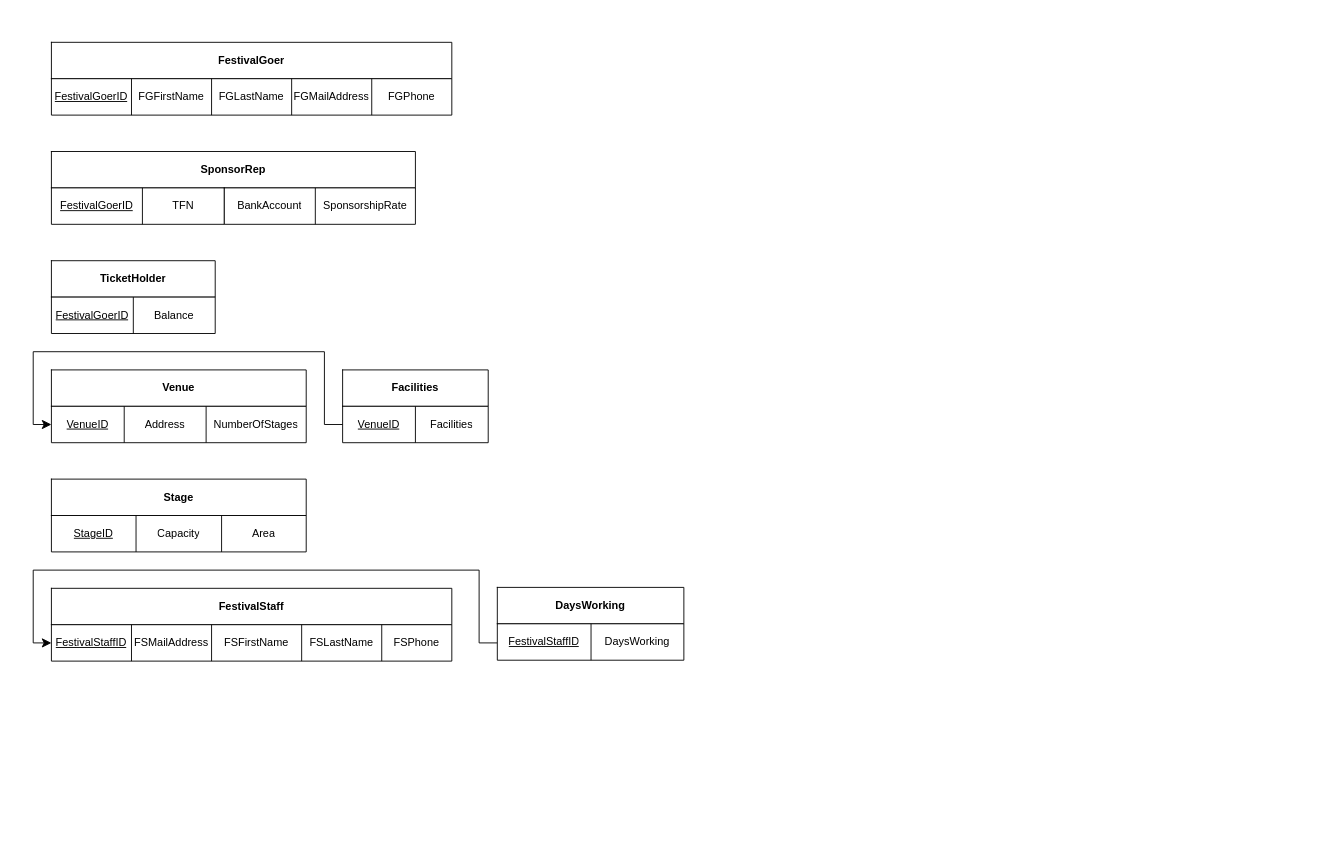
Above: Untitled Diagram.drawio in beewairy/SchemaDiagram_Asg1 (draw.io), before the change. Source tidied: cells renumbered, new cells numbered last; positions are measured from the earlier drawing's top-left corner, leaving out a move shared by most shapes. Both pictures are drawn from the tidied source at 91%, with x=0, y=0 at pixel (33, 42).
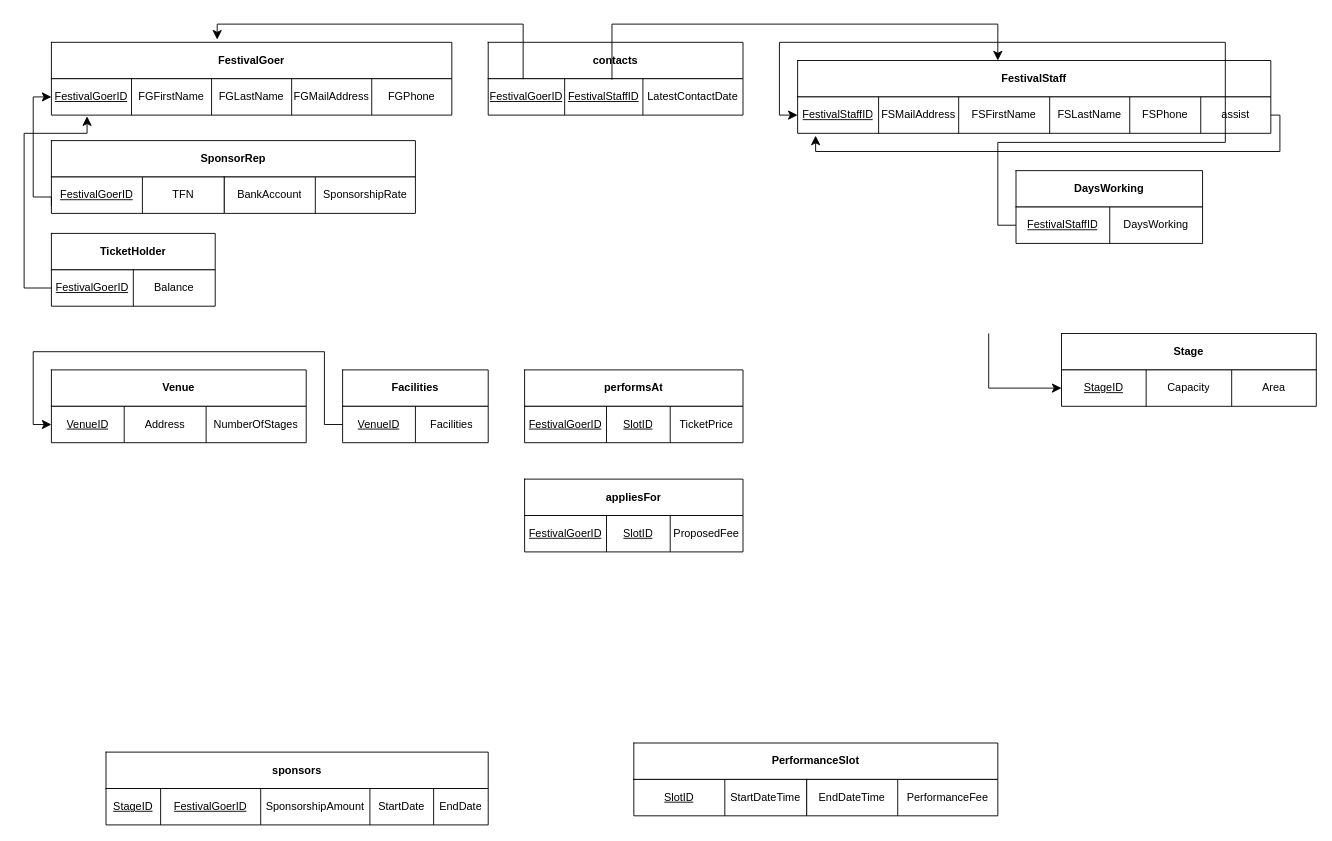
The same page after the edit.

Commit message:
Make the table for all entities

Unchanged cells that the change refers to:
```xml
<mxCell id="4" style="shape=tableRow;horizontal=0;startSize=0;swimlaneHead=0;swimlaneBody=0;strokeColor=inherit;top=0;left=0;bottom=0;right=0;fillColor=none;points=[[0,0.5],[1,0.5]];portConstraint=eastwest;" parent="3" vertex="1">
  <mxGeometry width="440" height="40" as="geometry" />
</mxCell>
<mxCell id="7" style="shape=tableRow;horizontal=0;startSize=0;swimlaneHead=0;swimlaneBody=0;strokeColor=inherit;top=0;left=0;bottom=0;right=0;fillColor=none;points=[[0,0.5],[1,0.5]];portConstraint=eastwest;" parent="6" vertex="1">
  <mxGeometry width="440" height="40" as="geometry" />
</mxCell>
<mxCell id="30" style="shape=tableRow;horizontal=0;startSize=0;swimlaneHead=0;swimlaneBody=0;strokeColor=inherit;top=0;left=0;bottom=0;right=0;fillColor=none;points=[[0,0.5],[1,0.5]];portConstraint=eastwest;" parent="29" vertex="1">
  <mxGeometry width="180" height="40" as="geometry" />
</mxCell>
<mxCell id="77" style="shape=tableRow;horizontal=0;startSize=0;swimlaneHead=0;swimlaneBody=0;strokeColor=inherit;top=0;left=0;bottom=0;right=0;fillColor=none;points=[[0,0.5],[1,0.5]];portConstraint=eastwest;" parent="76" vertex="1">
  <mxGeometry width="205" height="40" as="geometry" />
</mxCell>
```

What changed in the source:
```diff
@@
     <mxCell id="13" style="group;" parent="1" vertex="1">
-      <mxGeometry x="20" y="120" width="400" height="80" as="geometry" />
+      <mxGeometry x="20" y="108" width="400" height="80" as="geometry" />
     </mxCell>
@@
     <mxCell id="25" style="group;" parent="1" vertex="1">
-      <mxGeometry x="20" y="240" width="180" height="80" as="geometry" />
+      <mxGeometry x="20" y="210" width="180" height="80" as="geometry" />
     </mxCell>
@@
     <mxCell id="51" style="group;" parent="1" vertex="1">
-      <mxGeometry x="20" y="480" width="280" height="80" as="geometry" />
+      <mxGeometry x="1130" y="320" width="280" height="80" as="geometry" />
     </mxCell>
@@
+    <mxCell id="80" style="group;" parent="1" vertex="1">
+      <mxGeometry x="660" y="770" width="400" height="80" as="geometry" />
+    </mxCell>
+    <mxCell id="81" style="shape=table;startSize=0;childLayout=tableLayout;" parent="80" vertex="1">
+      <mxGeometry width="400" height="40" as="geometry" />
+    </mxCell>
+    <mxCell id="82" style="shape=tableRow;horizontal=0;startSize=0;swimlaneHead=0;swimlaneBody=0;strokeColor=inherit;top=0;left=0;bottom=0;right=0;fillColor=none;" parent="81" vertex="1">
+      <mxGeometry width="400" height="40" as="geometry" />
+    </mxCell>
+    <mxCell id="83" value="&lt;b&gt;PerformanceSlot&lt;/b&gt;" style="shape=partialRectangle;html=1;whiteSpace=wrap;strokeColor=inherit;overflow=hidden;fillColor=none;top=0;left=0;bottom=0;right=0;" parent="82" vertex="1">
+      <mxGeometry width="400" height="40" as="geometry" />
+    </mxCell>
+    <mxCell id="84" style="shape=table;startSize=0;childLayout=tableLayout;" parent="80" vertex="1">
+      <mxGeometry y="40" width="190" height="40" as="geometry" />
+    </mxCell>
+    <mxCell id="85" style="shape=tableRow;horizontal=0;startSize=0;swimlaneHead=0;swimlaneBody=0;strokeColor=inherit;top=0;left=0;bottom=0;right=0;fillColor=none;" parent="84" vertex="1">
+      <mxGeometry width="190" height="40" as="geometry" />
+    </mxCell>
+    <mxCell id="86" value="&lt;u&gt;SlotID&lt;/u&gt;" style="shape=partialRectangle;html=1;whiteSpace=wrap;strokeColor=inherit;overflow=hidden;fillColor=none;top=0;left=0;bottom=0;right=0;" parent="85" vertex="1">
+      <mxGeometry width="100" height="40" as="geometry" />
+    </mxCell>
+    <mxCell id="87" value="StartDateTime" style="shape=partialRectangle;html=1;whiteSpace=wrap;strokeColor=inherit;overflow=hidden;fillColor=none;top=0;left=0;bottom=0;right=0;" parent="85" vertex="1">
+      <mxGeometry x="100" width="90" height="40" as="geometry" />
+    </mxCell>
+    <mxCell id="88" style="shape=table;startSize=0;childLayout=tableLayout;" parent="80" vertex="1">
+      <mxGeometry x="190" y="40" width="210" height="40" as="geometry" />
+    </mxCell>
+    <mxCell id="89" style="shape=tableRow;horizontal=0;startSize=0;swimlaneHead=0;swimlaneBody=0;strokeColor=inherit;top=0;left=0;bottom=0;right=0;fillColor=none;" parent="88" vertex="1">
+      <mxGeometry width="210" height="40" as="geometry" />
+    </mxCell>
+    <mxCell id="90" value="EndDateTime" style="shape=partialRectangle;html=1;whiteSpace=wrap;strokeColor=inherit;overflow=hidden;fillColor=none;top=0;left=0;bottom=0;right=0;" parent="89" vertex="1">
+      <mxGeometry width="100" height="40" as="geometry" />
+    </mxCell>
+    <mxCell id="91" value="PerformanceFee" style="shape=partialRectangle;html=1;whiteSpace=wrap;strokeColor=inherit;overflow=hidden;fillColor=none;top=0;left=0;bottom=0;right=0;" parent="89" vertex="1">
+      <mxGeometry x="100" width="110" height="40" as="geometry" />
+    </mxCell>
+    <mxCell id="92" style="group;" parent="1" vertex="1">
+      <mxGeometry x="80" y="780" width="420" height="80" as="geometry" />
+    </mxCell>
+    <mxCell id="93" style="shape=table;startSize=0;childLayout=tableLayout;" parent="92" vertex="1">
+      <mxGeometry width="420" height="40" as="geometry" />
+    </mxCell>
+    <mxCell id="94" style="shape=tableRow;horizontal=0;startSize=0;swimlaneHead=0;swimlaneBody=0;strokeColor=inherit;top=0;left=0;bottom=0;right=0;fillColor=none;" parent="93" vertex="1">
+      <mxGeometry width="420" height="40" as="geometry" />
+    </mxCell>
+    <mxCell id="95" value="&lt;b&gt;sponsors&lt;/b&gt;" style="shape=partialRectangle;html=1;whiteSpace=wrap;strokeColor=inherit;overflow=hidden;fillColor=none;top=0;left=0;bottom=0;right=0;" parent="94" vertex="1">
+      <mxGeometry width="420" height="40" as="geometry" />
+    </mxCell>
+    <mxCell id="96" style="shape=table;startSize=0;childLayout=tableLayout;" parent="92" vertex="1">
+      <mxGeometry y="40" width="420" height="40" as="geometry" />
+    </mxCell>
+    <mxCell id="97" style="shape=tableRow;horizontal=0;startSize=0;swimlaneHead=0;swimlaneBody=0;strokeColor=inherit;top=0;left=0;bottom=0;right=0;fillColor=none;" parent="96" vertex="1">
+      <mxGeometry width="420" height="40" as="geometry" />
+    </mxCell>
+    <mxCell id="98" value="&lt;u&gt;StageID&lt;/u&gt;" style="shape=partialRectangle;html=1;whiteSpace=wrap;strokeColor=inherit;overflow=hidden;fillColor=none;top=0;left=0;bottom=0;right=0;" parent="97" vertex="1">
+      <mxGeometry width="60" height="40" as="geometry" />
+    </mxCell>
+    <mxCell id="99" value="&lt;u&gt;FestivalGoerID&lt;/u&gt;" style="shape=partialRectangle;html=1;whiteSpace=wrap;strokeColor=inherit;overflow=hidden;fillColor=none;top=0;left=0;bottom=0;right=0;" parent="97" vertex="1">
+      <mxGeometry x="60" width="110" height="40" as="geometry" />
+    </mxCell>
+    <mxCell id="100" value="SponsorshipAmount" style="shape=partialRectangle;html=1;whiteSpace=wrap;strokeColor=inherit;overflow=hidden;fillColor=none;top=0;left=0;bottom=0;right=0;" parent="97" vertex="1">
+      <mxGeometry x="170" width="120" height="40" as="geometry" />
+    </mxCell>
+    <mxCell id="101" value="StartDate" style="shape=partialRectangle;html=1;whiteSpace=wrap;strokeColor=inherit;overflow=hidden;fillColor=none;top=0;left=0;bottom=0;right=0;" parent="97" vertex="1">
+      <mxGeometry x="290" width="70" height="40" as="geometry" />
+    </mxCell>
+    <mxCell id="102" value="EndDate" style="shape=partialRectangle;html=1;whiteSpace=wrap;strokeColor=inherit;overflow=hidden;fillColor=none;top=0;left=0;bottom=0;right=0;" parent="97" vertex="1">
+      <mxGeometry x="360" width="60" height="40" as="geometry" />
+    </mxCell>
+    <mxCell id="103" style="shape=table;startSize=0;childLayout=tableLayout;" parent="1" vertex="1">
+      <mxGeometry x="540" y="480" width="240" height="40" as="geometry" />
+    </mxCell>
+    <mxCell id="104" style="shape=tableRow;horizontal=0;startSize=0;swimlaneHead=0;swimlaneBody=0;strokeColor=inherit;top=0;left=0;bottom=0;right=0;fillColor=none;" parent="103" vertex="1">
+      <mxGeometry width="240" height="40" as="geometry" />
+    </mxCell>
+    <mxCell id="105" value="&lt;b&gt;appliesFor&lt;/b&gt;" style="shape=partialRectangle;html=1;whiteSpace=wrap;strokeColor=inherit;overflow=hidden;fillColor=none;top=0;left=0;bottom=0;right=0;" parent="104" vertex="1">
+      <mxGeometry width="240" height="40" as="geometry" />
+    </mxCell>
+    <mxCell id="106" style="shape=table;startSize=0;childLayout=tableLayout;" parent="1" vertex="1">
+      <mxGeometry x="540" y="360" width="240" height="40" as="geometry" />
+    </mxCell>
+    <mxCell id="107" style="shape=tableRow;horizontal=0;startSize=0;swimlaneHead=0;swimlaneBody=0;strokeColor=inherit;top=0;left=0;bottom=0;right=0;fillColor=none;" parent="106" vertex="1">
+      <mxGeometry width="240" height="40" as="geometry" />
+    </mxCell>
+    <mxCell id="108" value="&lt;b&gt;performsAt&lt;/b&gt;" style="shape=partialRectangle;html=1;whiteSpace=wrap;strokeColor=inherit;overflow=hidden;fillColor=none;top=0;left=0;bottom=0;right=0;" parent="107" vertex="1">
+      <mxGeometry width="240" height="40" as="geometry" />
+    </mxCell>
+    <mxCell id="109" style="shape=table;startSize=0;childLayout=tableLayout;" parent="1" vertex="1">
+      <mxGeometry x="540" y="400" width="240" height="40" as="geometry" />
+    </mxCell>
+    <mxCell id="110" style="shape=tableRow;horizontal=0;startSize=0;swimlaneHead=0;swimlaneBody=0;strokeColor=inherit;top=0;left=0;bottom=0;right=0;fillColor=none;" parent="109" vertex="1">
+      <mxGeometry width="240" height="40" as="geometry" />
+    </mxCell>
+    <mxCell id="111" value="&lt;u&gt;FestivalGoerID&lt;/u&gt;" style="shape=partialRectangle;html=1;whiteSpace=wrap;strokeColor=inherit;overflow=hidden;fillColor=none;top=0;left=0;bottom=0;right=0;" parent="110" vertex="1">
+      <mxGeometry width="90" height="40" as="geometry" />
+    </mxCell>
+    <mxCell id="112" value="&lt;u&gt;SlotID&lt;/u&gt;" style="shape=partialRectangle;html=1;whiteSpace=wrap;strokeColor=inherit;overflow=hidden;fillColor=none;top=0;left=0;bottom=0;right=0;" parent="110" vertex="1">
+      <mxGeometry x="90" width="70" height="40" as="geometry" />
+    </mxCell>
+    <mxCell id="113" value="TicketPrice" style="shape=partialRectangle;html=1;whiteSpace=wrap;strokeColor=inherit;overflow=hidden;fillColor=none;top=0;left=0;bottom=0;right=0;" parent="110" vertex="1">
+      <mxGeometry x="160" width="80" height="40" as="geometry" />
+    </mxCell>
+    <mxCell id="114" style="shape=table;startSize=0;childLayout=tableLayout;" parent="1" vertex="1">
+      <mxGeometry x="540" y="520" width="240" height="40" as="geometry" />
+    </mxCell>
+    <mxCell id="115" style="shape=tableRow;horizontal=0;startSize=0;swimlaneHead=0;swimlaneBody=0;strokeColor=inherit;top=0;left=0;bottom=0;right=0;fillColor=none;" parent="114" vertex="1">
+      <mxGeometry width="240" height="40" as="geometry" />
+    </mxCell>
+    <mxCell id="116" value="&lt;u&gt;FestivalGoerID&lt;/u&gt;" style="shape=partialRectangle;html=1;whiteSpace=wrap;strokeColor=inherit;overflow=hidden;fillColor=none;top=0;left=0;bottom=0;right=0;" parent="115" vertex="1">
+      <mxGeometry width="90" height="40" as="geometry" />
+    </mxCell>
+    <mxCell id="117" value="&lt;u&gt;SlotID&lt;/u&gt;" style="shape=partialRectangle;html=1;whiteSpace=wrap;strokeColor=inherit;overflow=hidden;fillColor=none;top=0;left=0;bottom=0;right=0;" parent="115" vertex="1">
+      <mxGeometry x="90" width="70" height="40" as="geometry" />
+    </mxCell>
+    <mxCell id="118" value="ProposedFee" style="shape=partialRectangle;html=1;whiteSpace=wrap;strokeColor=inherit;overflow=hidden;fillColor=none;top=0;left=0;bottom=0;right=0;" parent="115" vertex="1">
+      <mxGeometry x="160" width="80" height="40" as="geometry" />
+    </mxCell>
+    <mxCell id="119" style="edgeStyle=segmentEdgeStyle;endArrow=classic;html=1;curved=0;rounded=0;endSize=8;startSize=8;sourcePerimeterSpacing=0;targetPerimeterSpacing=0;fontSize=12;entryX=0;entryY=0.5;entryDx=0;entryDy=0;" parent="1" edge="1">
+      <mxGeometry relative="1" as="geometry">
+        <mxPoint x="20" y="180" as="sourcePoint" />
+        <mxPoint x="20" y="60" as="targetPoint" />
+        <Array as="points">
+          <mxPoint x="20" y="170" />
+          <mxPoint y="170" />
+          <mxPoint y="60" />
+        </Array>
+      </mxGeometry>
+    </mxCell>
+    <mxCell id="120" style="edgeStyle=segmentEdgeStyle;endArrow=classic;html=1;curved=0;rounded=0;endSize=8;startSize=8;sourcePerimeterSpacing=0;targetPerimeterSpacing=0;fontSize=12;entryX=0.089;entryY=1.034;entryDx=0;entryDy=0;entryPerimeter=0;exitX=0;exitY=0.5;exitDx=0;exitDy=0;" parent="1" edge="1" source="30" target="7">
+      <mxGeometry relative="1" as="geometry">
+        <Array as="points">
+          <mxPoint x="-10" y="270" />
+          <mxPoint x="-10" y="100" />
+          <mxPoint x="59" y="100" />
+        </Array>
+      </mxGeometry>
+    </mxCell>
+    <mxCell id="121" style="group;" parent="1" vertex="1">
+      <mxGeometry x="500" width="280" height="80" as="geometry" />
+    </mxCell>
+    <mxCell id="122" style="shape=table;startSize=0;childLayout=tableLayout;" parent="121" vertex="1">
+      <mxGeometry width="280" height="40" as="geometry" />
+    </mxCell>
+    <mxCell id="123" style="shape=tableRow;horizontal=0;startSize=0;swimlaneHead=0;swimlaneBody=0;strokeColor=inherit;top=0;left=0;bottom=0;right=0;fillColor=none;points=[[0,0.5],[1,0.5]];portConstraint=eastwest;" parent="122" vertex="1">
+      <mxGeometry width="280" height="40" as="geometry" />
+    </mxCell>
+    <mxCell id="124" value="&lt;b&gt;contacts&lt;/b&gt;" style="shape=partialRectangle;html=1;whiteSpace=wrap;strokeColor=inherit;overflow=hidden;fillColor=none;top=0;left=0;bottom=0;right=0;" parent="123" vertex="1">
+      <mxGeometry width="280" height="40" as="geometry" />
+    </mxCell>
+    <mxCell id="125" style="group;" parent="121" vertex="1">
+      <mxGeometry x="60" y="40" width="220" height="40" as="geometry" />
+    </mxCell>
+    <mxCell id="126" style="shape=table;startSize=0;childLayout=tableLayout;" parent="125" vertex="1">
+      <mxGeometry x="-60" width="280" height="40" as="geometry" />
+    </mxCell>
+    <mxCell id="127" style="shape=tableRow;horizontal=0;startSize=0;swimlaneHead=0;swimlaneBody=0;strokeColor=inherit;top=0;left=0;bottom=0;right=0;fillColor=none;" parent="126" vertex="1">
+      <mxGeometry width="280" height="40" as="geometry" />
+    </mxCell>
+    <mxCell id="128" value="&lt;u&gt;FestivalGoerID&lt;/u&gt;" style="shape=partialRectangle;html=1;whiteSpace=wrap;strokeColor=inherit;overflow=hidden;fillColor=none;top=0;left=0;bottom=0;right=0;" parent="127" vertex="1">
+      <mxGeometry width="84" height="40" as="geometry" />
+    </mxCell>
+    <mxCell id="129" value="&lt;u&gt;FestivalStaffID&lt;/u&gt;" style="shape=partialRectangle;html=1;whiteSpace=wrap;strokeColor=inherit;overflow=hidden;fillColor=none;top=0;left=0;bottom=0;right=0;" parent="127" vertex="1">
+      <mxGeometry x="84" width="86" height="40" as="geometry" />
+    </mxCell>
+    <mxCell id="130" value="LatestContactDate" style="shape=partialRectangle;html=1;whiteSpace=wrap;strokeColor=inherit;overflow=hidden;fillColor=none;top=0;left=0;bottom=0;right=0;" parent="127" vertex="1">
+      <mxGeometry x="170" width="110" height="40" as="geometry" />
+    </mxCell>
     <mxCell id="60" style="group;" parent="1" vertex="1">
-      <mxGeometry x="20" y="600" width="440" height="80" as="geometry" />
+      <mxGeometry x="840" y="20" width="520" height="80" as="geometry" />
     </mxCell>
     <mxCell id="61" style="shape=table;startSize=0;childLayout=tableLayout;" parent="60" vertex="1">
-      <mxGeometry width="440" height="40" as="geometry" />
+      <mxGeometry width="520" height="40" as="geometry" />
     </mxCell>
     <mxCell id="62" style="shape=tableRow;horizontal=0;startSize=0;swimlaneHead=0;swimlaneBody=0;strokeColor=inherit;top=0;left=0;bottom=0;right=0;fillColor=none;points=[[0,0.5],[1,0.5]];portConstraint=eastwest;" parent="61" vertex="1">
-      <mxGeometry width="440" height="40" as="geometry" />
+      <mxGeometry width="520" height="40" as="geometry" />
     </mxCell>
     <mxCell id="63" value="&lt;b&gt;FestivalStaff&lt;/b&gt;" style="shape=partialRectangle;html=1;whiteSpace=wrap;strokeColor=inherit;overflow=hidden;fillColor=none;top=0;left=0;bottom=0;right=0;" parent="62" vertex="1">
-      <mxGeometry width="440" height="40" as="geometry" />
+      <mxGeometry width="520" height="40" as="geometry" />
     </mxCell>
     <mxCell id="64" style="shape=table;startSize=0;childLayout=tableLayout;" parent="60" vertex="1">
-      <mxGeometry y="40" width="440" height="40" as="geometry" />
+      <mxGeometry y="40" width="520" height="40" as="geometry" />
     </mxCell>
     <mxCell id="65" style="shape=tableRow;horizontal=0;startSize=0;swimlaneHead=0;swimlaneBody=0;strokeColor=inherit;top=0;left=0;bottom=0;right=0;fillColor=none;points=[[0,0.5],[1,0.5]];portConstraint=eastwest;" parent="64" vertex="1">
-      <mxGeometry width="440" height="40" as="geometry" />
+      <mxGeometry width="520" height="40" as="geometry" />
     </mxCell>
     <mxCell id="66" value="&lt;u&gt;FestivalStaffID&lt;/u&gt;" style="shape=partialRectangle;html=1;whiteSpace=wrap;strokeColor=inherit;overflow=hidden;fillColor=none;top=0;left=0;bottom=0;right=0;" parent="65" vertex="1">
-      <mxGeometry width="88" height="40" as="geometry" />
+      <mxGeometry width="89" height="40" as="geometry" />
     </mxCell>
     <mxCell id="67" value="FSMailAddress" style="shape=partialRectangle;html=1;whiteSpace=wrap;strokeColor=inherit;overflow=hidden;fillColor=none;top=0;left=0;bottom=0;right=0;" parent="65" vertex="1">
-      <mxGeometry x="88" width="88" height="40" as="geometry" />
+      <mxGeometry x="89" width="88" height="40" as="geometry" />
     </mxCell>
     <mxCell id="68" value="FSFirstName" style="shape=partialRectangle;html=1;whiteSpace=wrap;strokeColor=inherit;overflow=hidden;fillColor=none;top=0;left=0;bottom=0;right=0;" parent="65" vertex="1">
-      <mxGeometry x="176" width="99" height="40" as="geometry" />
+      <mxGeometry x="177" width="100" height="40" as="geometry" />
     </mxCell>
     <mxCell id="69" value="&lt;div&gt;FSLastName&lt;/div&gt;" style="shape=partialRectangle;html=1;whiteSpace=wrap;strokeColor=inherit;overflow=hidden;fillColor=none;top=0;left=0;bottom=0;right=0;" parent="65" vertex="1">
-      <mxGeometry x="275" width="88" height="40" as="geometry" />
+      <mxGeometry x="277" width="88" height="40" as="geometry" />
     </mxCell>
     <mxCell id="70" value="FSPhone" style="shape=partialRectangle;html=1;whiteSpace=wrap;strokeColor=inherit;overflow=hidden;fillColor=none;top=0;left=0;bottom=0;right=0;" parent="65" vertex="1">
-      <mxGeometry x="363" width="77" height="40" as="geometry" />
+      <mxGeometry x="365" width="78" height="40" as="geometry" />
     </mxCell>
+    <mxCell id="131" value="assist" style="shape=partialRectangle;html=1;whiteSpace=wrap;strokeColor=inherit;overflow=hidden;fillColor=none;top=0;left=0;bottom=0;right=0;" parent="65" vertex="1">
+      <mxGeometry x="443" width="77" height="40" as="geometry" />
+    </mxCell>
+    <mxCell id="132" style="edgeStyle=segmentEdgeStyle;endArrow=classic;html=1;curved=0;rounded=0;endSize=8;startSize=8;sourcePerimeterSpacing=0;targetPerimeterSpacing=0;fontSize=12;exitX=1;exitY=0.5;exitDx=0;exitDy=0;entryX=0.038;entryY=1.063;entryDx=0;entryDy=0;entryPerimeter=0;" parent="64" edge="1" source="65" target="65">
+      <mxGeometry relative="1" as="geometry">
+        <Array as="points">
+          <mxPoint x="530" y="20" />
+          <mxPoint x="530" y="60" />
+          <mxPoint x="20" y="60" />
+        </Array>
+      </mxGeometry>
+    </mxCell>
-    <mxCell id="71" style="edgeStyle=segmentEdgeStyle;endArrow=classic;html=1;curved=0;rounded=0;endSize=8;startSize=8;sourcePerimeterSpacing=0;targetPerimeterSpacing=0;fontSize=12;entryX=0;entryY=0.5;entryDx=0;entryDy=0;" parent="1" edge="1" target="65">
+    <mxCell id="71" style="edgeStyle=segmentEdgeStyle;endArrow=classic;html=1;curved=0;rounded=0;endSize=8;startSize=8;sourcePerimeterSpacing=0;targetPerimeterSpacing=0;fontSize=12;entryX=0;entryY=0.5;entryDx=0;entryDy=0;exitX=0;exitY=0.5;exitDx=0;exitDy=0;" parent="1" edge="1" source="77" target="65">
       <mxGeometry relative="1" as="geometry">
-        <mxPoint x="510" y="660" as="sourcePoint" />
         <Array as="points">
-          <mxPoint x="490" y="660" />
-          <mxPoint x="490" y="580" />
-          <mxPoint y="580" />
-          <mxPoint y="660" />
+          <mxPoint x="1060" y="201" />
+          <mxPoint x="1060" y="110" />
+          <mxPoint x="1310" y="110" />
+          <mxPoint x="1310" />
+          <mxPoint x="820" />
+          <mxPoint x="820" y="80" />
         </Array>
       </mxGeometry>
     </mxCell>
     <mxCell id="72" style="group;" parent="1" vertex="1">
-      <mxGeometry x="510" y="599" width="205" height="80" as="geometry" />
+      <mxGeometry x="1080" y="141" width="205" height="80" as="geometry" />
     </mxCell>
@@
+    <mxCell id="133" style="edgeStyle=segmentEdgeStyle;endArrow=classic;html=1;curved=0;rounded=0;endSize=8;startSize=8;sourcePerimeterSpacing=0;targetPerimeterSpacing=0;fontSize=12;exitX=0.137;exitY=1.013;exitDx=0;exitDy=0;exitPerimeter=0;entryX=0.414;entryY=-0.075;entryDx=0;entryDy=0;entryPerimeter=0;" parent="1" edge="1" source="123" target="4">
+      <mxGeometry relative="1" as="geometry">
+        <Array as="points">
+          <mxPoint x="538" y="-20" />
+          <mxPoint x="202" y="-20" />
+        </Array>
+      </mxGeometry>
+    </mxCell>
+    <mxCell id="134" style="edgeStyle=segmentEdgeStyle;endArrow=classic;html=1;curved=0;rounded=0;endSize=8;startSize=8;sourcePerimeterSpacing=0;targetPerimeterSpacing=0;fontSize=12;exitX=0.137;exitY=1.013;exitDx=0;exitDy=0;exitPerimeter=0;" parent="1" edge="1" target="62">
+      <mxGeometry relative="1" as="geometry">
+        <mxPoint x="636" y="41" as="sourcePoint" />
+        <Array as="points">
+          <mxPoint x="636" y="-20" />
+          <mxPoint x="1060" y="-20" />
+        </Array>
+      </mxGeometry>
+    </mxCell>
+    <mxCell id="135" style="edgeStyle=segmentEdgeStyle;endArrow=classic;html=1;curved=0;rounded=0;endSize=8;startSize=8;sourcePerimeterSpacing=0;targetPerimeterSpacing=0;fontSize=12;" parent="1" edge="1">
+      <mxGeometry relative="1" as="geometry">
+        <mxPoint x="1050" y="320" as="sourcePoint" />
+        <mxPoint x="1130" y="380" as="targetPoint" />
+        <Array as="points">
+          <mxPoint x="1050" y="320" />
+          <mxPoint x="1050" y="380" />
+        </Array>
+      </mxGeometry>
+    </mxCell>
```
